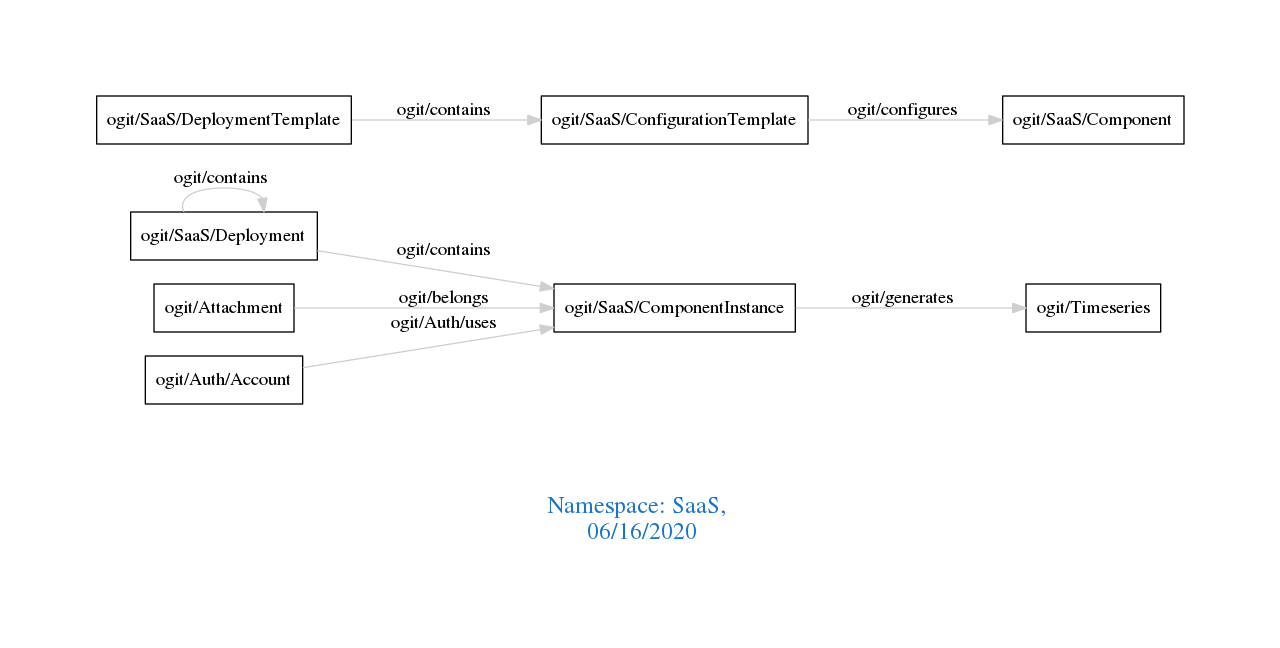
The Graphviz diagram downloads/SaaS.png in arago/OGIT, before a commit. Its source is kept beside it as downloads/SaaS.dot. Its diagram source:
```dot
digraph OGIT_ontology {
 graph [ rankdir= LR,pad=1
fontsize = 18,
fontcolor= dodgerblue3,label = "\n\n\nNamespace: SaaS, \n 06/16/2020"];
node[shape=polygon];
edge [  color="gray81"];

   "ogit/SaaS/Deployment" -> "ogit/SaaS/ComponentInstance" [label="   ogit/contains    "];
   "ogit/SaaS/DeploymentTemplate" -> "ogit/SaaS/ConfigurationTemplate" [label="   ogit/contains    "];
   "ogit/SaaS/ComponentInstance" -> "ogit/Timeseries" [label="   ogit/generates    "];
   "ogit/SaaS/ConfigurationTemplate" -> "ogit/SaaS/Component" [label="   ogit/configures    "];
   "ogit/Attachment" -> "ogit/SaaS/ComponentInstance" [label="   ogit/belongs    "];
   "ogit/Auth/Account" -> "ogit/SaaS/ComponentInstance" [label="   ogit/Auth/uses    "];
   "ogit/SaaS/Deployment" -> "ogit/SaaS/Deployment" [label="   ogit/contains    "];
}
```
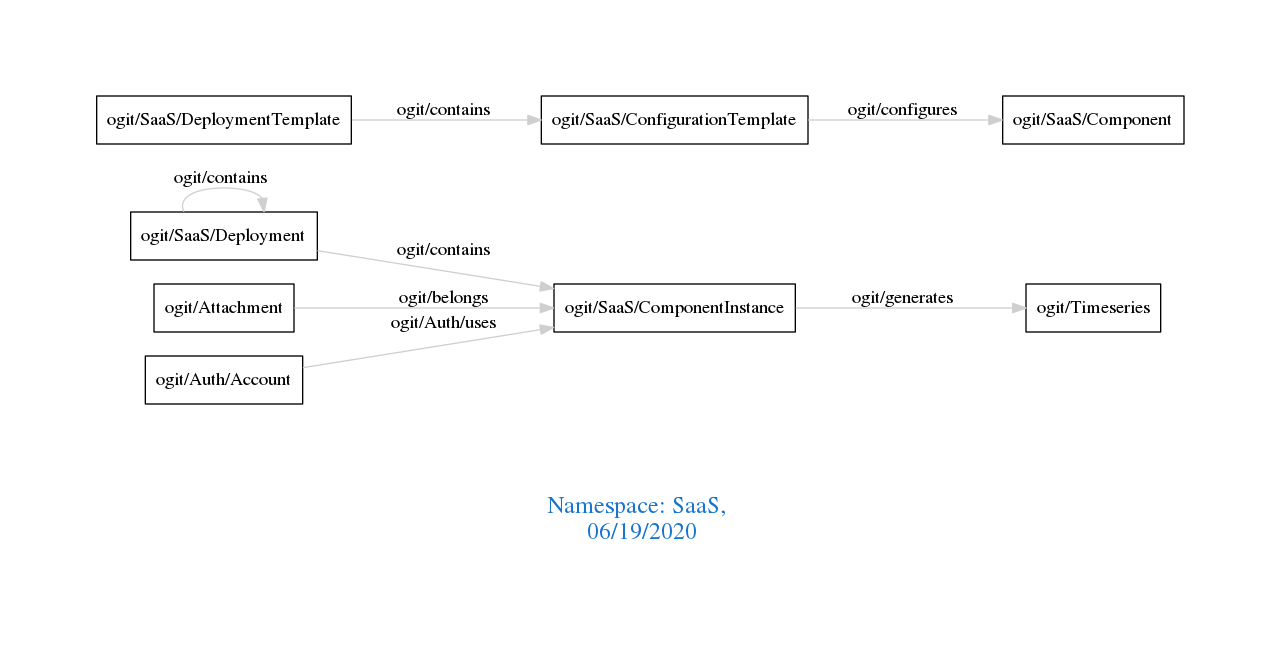
After the commit.

What changed in the source:
```diff
@@ -1,7 +1,7 @@
 digraph OGIT_ontology {
  graph [ rankdir= LR,pad=1
 fontsize = 18,
-fontcolor= dodgerblue3,label = "\n\n\nNamespace: SaaS, \n 06/16/2020"];
+fontcolor= dodgerblue3,label = "\n\n\nNamespace: SaaS, \n 06/19/2020"];
 node[shape=polygon];
 edge [  color="gray81"];
 
```
